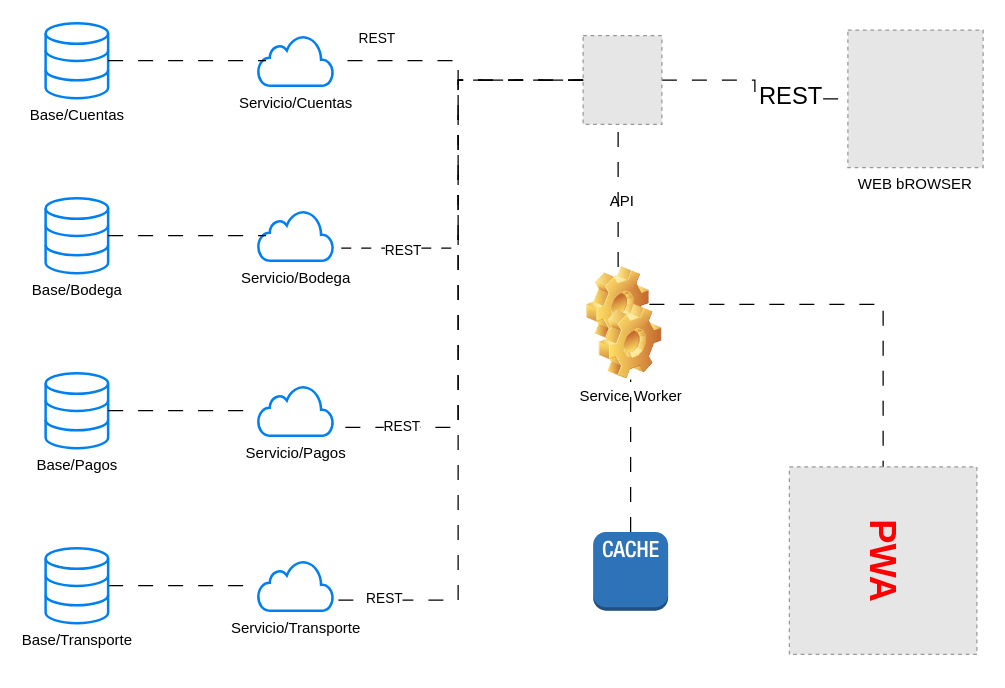
Before: Diagrama sin título.drawio in Gelo9033/Gelo9033, a draw.io diagram. Source tidied: cells renumbered, new cells numbered last; positions are measured from the earlier drawing's top-left corner, leaving out a move shared by most shapes. Both pictures are drawn from the tidied source at 125%, with x=0, y=0 at pixel (45, 22). Pictures stored in the file or linked from it are replaced by grey dashed boxes.
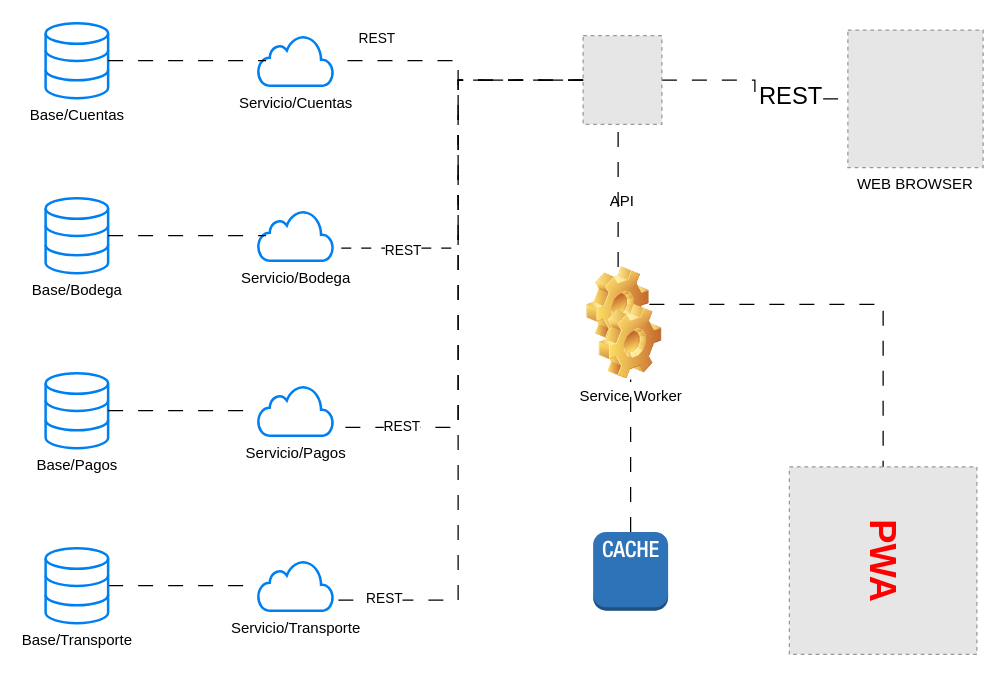
After the change.

Commit message:
ARQUITECTURA APLICACION WEB.drawio

Diff of the diagram source:
```diff
@@
-    <mxCell id="25" value="WEB bROWSER" style="fillColor=#E6E6E6;strokeColor=#999999;dashed=1;verticalLabelPosition=bottom;labelBackgroundColor=default;verticalAlign=top;" parent="1" vertex="1">
+    <mxCell id="25" value="WEB BROWSER" style="fillColor=#E6E6E6;strokeColor=#999999;dashed=1;verticalLabelPosition=bottom;labelBackgroundColor=default;verticalAlign=top;" parent="1" vertex="1">
       <mxGeometry x="641.8" y="5.5" width="108.2" height="110" as="geometry" />
     </mxCell>
```
